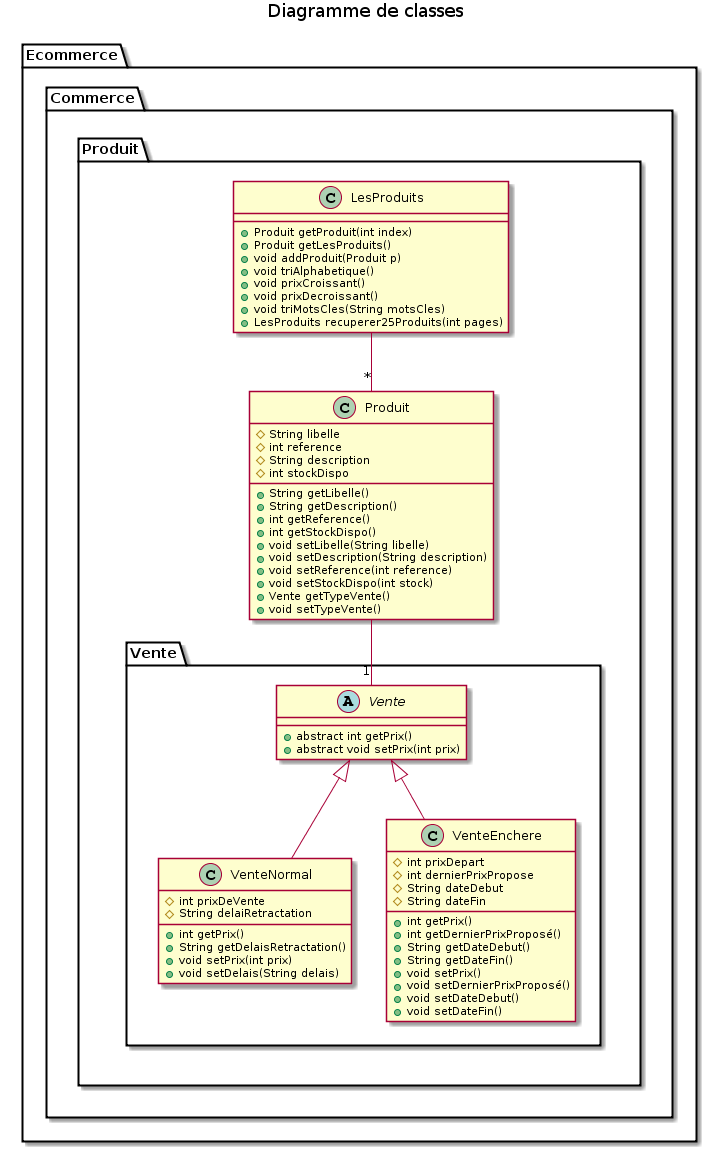
The PlantUML diagram DiagClass/premiereIteration/Premiere_iteration.png in Moinketroa/Ebayz, before a commit. The source it was exported from:
```plantuml
@startuml
title Diagramme de classes

package Ecommerce{



    Package Commerce{

        package Produit{
            class Produit{
                #String libelle
                #int reference
                #String description
                #int stockDispo
                +String getLibelle()
                +String getDescription()
                +int getReference()
                +int getStockDispo()
                +void setLibelle(String libelle)
                +void setDescription(String description)
                +void setReference(int reference)
                +void setStockDispo(int stock)
                +Vente getTypeVente()
                +void setTypeVente()

            }

            class LesProduits{
            +Produit getProduit(int index)
            +Produit getLesProduits()
            +void addProduit(Produit p)
            +void triAlphabetique()
            +void prixCroissant()
            +void prixDecroissant()
            +void triMotsCles(String motsCles)
            +LesProduits recuperer25Produits(int pages)
            }

            package Vente {
                abstract Vente{
                +abstract int getPrix()
                +abstract void setPrix(int prix)
                }

                class VenteNormal{
                    #int prixDeVente
                    #String delaiRetractation
                    +int getPrix()
                    +String getDelaisRetractation()
                    +void setPrix(int prix)
                    +void setDelais(String delais)
                }

                class VenteEnchere{
                    #int prixDepart
                    #int dernierPrixPropose
                    #String dateDebut
                    #String dateFin
                    +int getPrix()
                    +int getDernierPrixProposé()
                    +String getDateDebut()
                    +String getDateFin()
                    +void setPrix()
                    +void setDernierPrixProposé()
                    +void setDateDebut()
                    +void setDateFin()
                }

                Vente <|-- VenteNormal
                Vente <|-- VenteEnchere
            }

            LesProduits --"*" Produit
            Produit --"1" Vente
        }

    }



}
@enduml
```
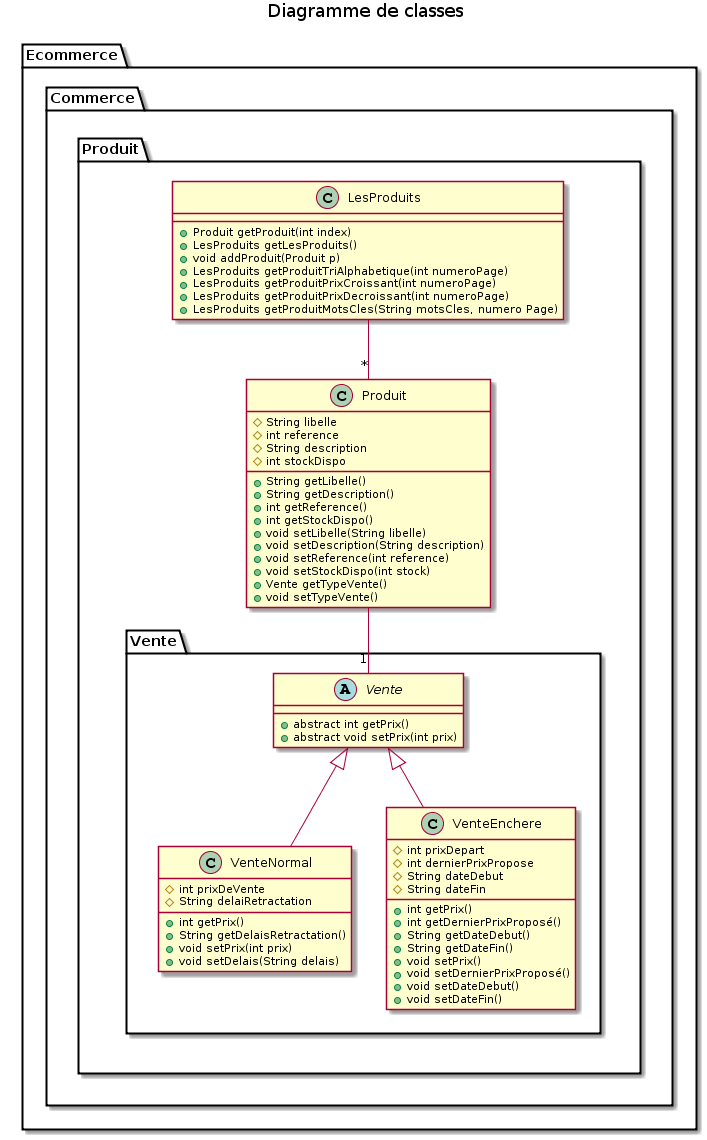
The same diagram one commit later.

Commit message:
modif diag class iteration 1

What changed in the source:
```diff
@@ -28,13 +28,12 @@
 
             class LesProduits{
             +Produit getProduit(int index)
-            +Produit getLesProduits()
+            +LesProduits getLesProduits()
             +void addProduit(Produit p)
-            +void triAlphabetique()
-            +void prixCroissant()
-            +void prixDecroissant()
-            +void triMotsCles(String motsCles)
-            +LesProduits recuperer25Produits(int pages)
+            +LesProduits getProduitTriAlphabetique(int numeroPage)
+            +LesProduits getProduitPrixCroissant(int numeroPage)
+            +LesProduits getProduitPrixDecroissant(int numeroPage)
+            +LesProduits getProduitMotsCles(String motsCles, numero Page)
             }
 
             package Vente {
```
